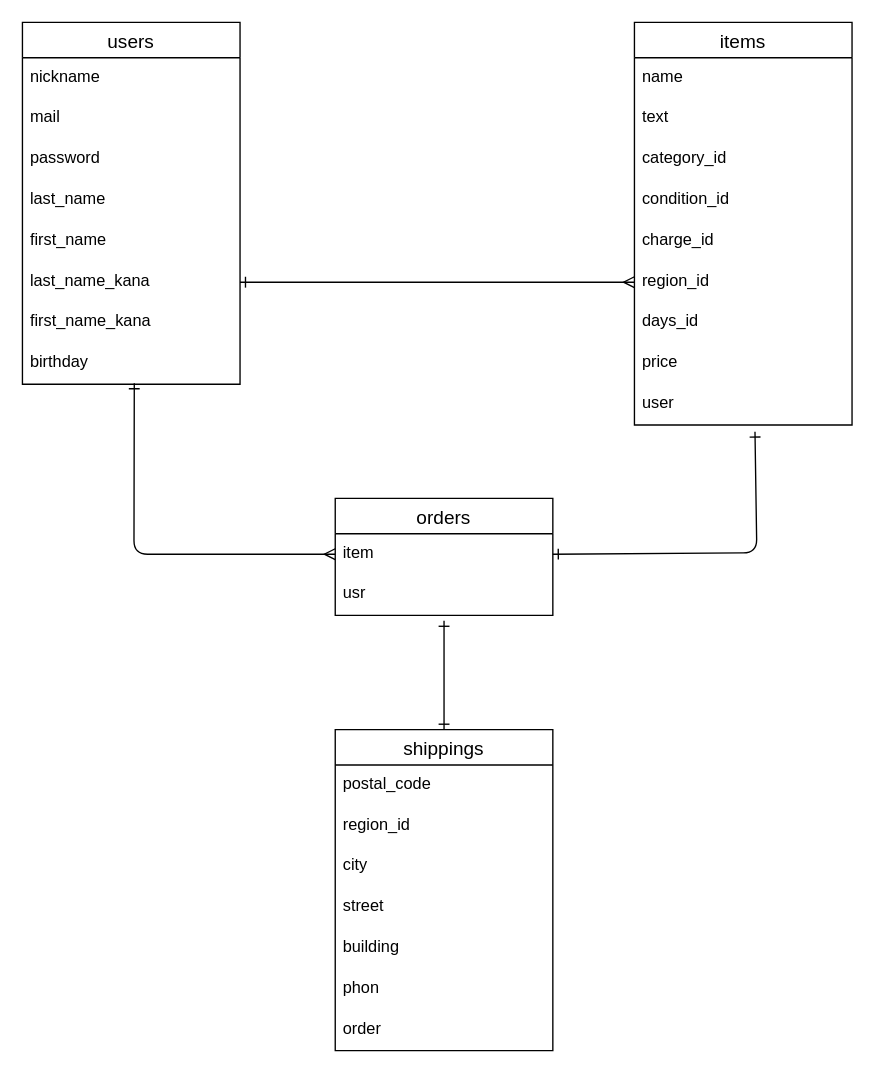
This is er.dio from TM0710/furima-39673, a draw.io file, before an edit. Source tidied: cells renumbered, new cells numbered last; positions are measured from the earlier drawing's top-left corner, leaving out a move shared by most shapes. Both pictures are drawn from the tidied source at 136%, with x=0, y=0 at pixel (22, 22).
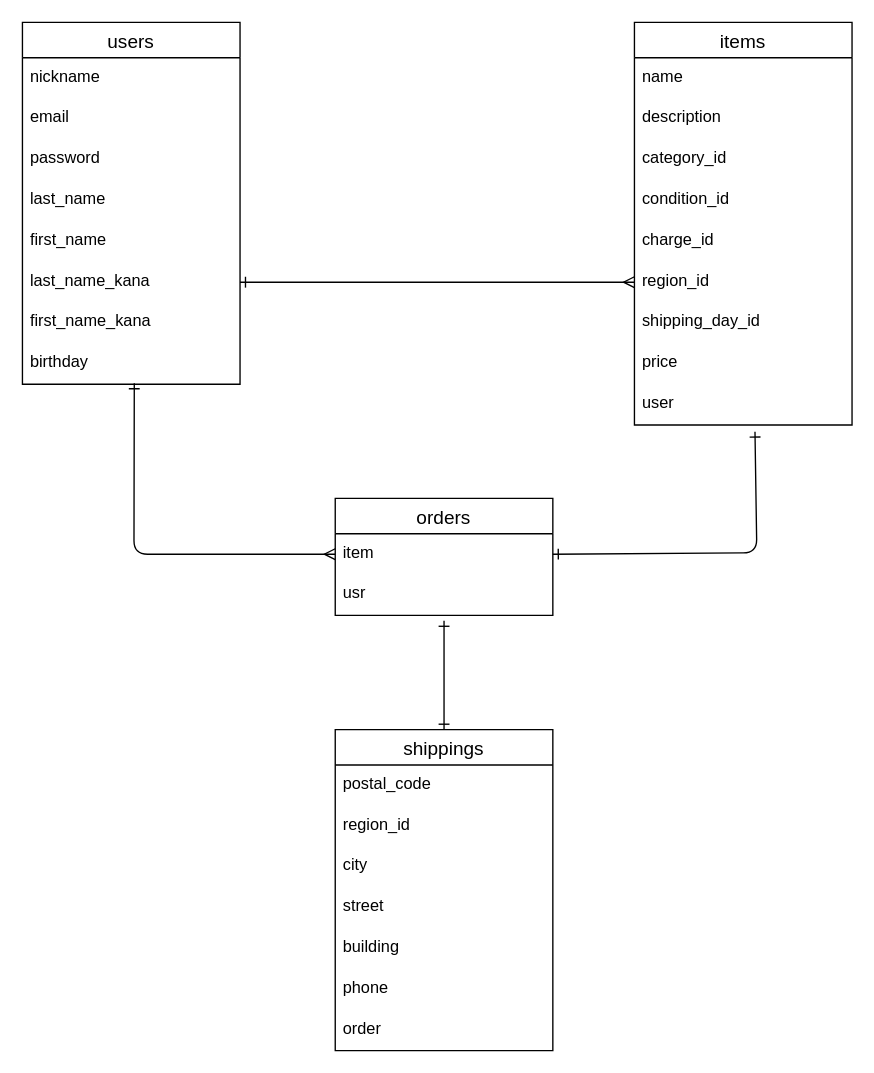
The same diagram, later.

Commit message (it also covers changes not shown here):
データベース設計 修正

Unchanged cells that the change refers to:
```xml
<mxCell id="2" value="users" style="swimlane;fontStyle=0;horizontal=1;startSize=26;align=center;fontSize=14;" parent="1" vertex="1">
  <mxGeometry width="160" height="266" as="geometry" />
</mxCell>
<mxCell id="11" value="items" style="swimlane;fontStyle=0;horizontal=1;startSize=26;align=center;fontSize=14;" parent="1" vertex="1">
  <mxGeometry x="450" width="160" height="296" as="geometry" />
</mxCell>
<mxCell id="28" value="shippings" style="swimlane;fontStyle=0;horizontal=1;startSize=26;align=center;fontSize=14;" parent="1" vertex="1">
  <mxGeometry x="230" y="520" width="160" height="236" as="geometry" />
</mxCell>
```

What changed in the source:
```diff
@@
-    <mxCell id="4" value="mail" style="text;strokeColor=none;fillColor=none;spacingLeft=4;spacingRight=4;overflow=hidden;fontSize=12;" parent="2" vertex="1">
+    <mxCell id="4" value="email" style="text;strokeColor=none;fillColor=none;spacingLeft=4;spacingRight=4;overflow=hidden;fontSize=12;" parent="2" vertex="1">
       <mxGeometry y="56" width="160" height="30" as="geometry" />
     </mxCell>
@@
-    <mxCell id="13" value="text" style="text;strokeColor=none;fillColor=none;spacingLeft=4;spacingRight=4;overflow=hidden;fontSize=12;" parent="11" vertex="1">
+    <mxCell id="13" value="description" style="text;strokeColor=none;fillColor=none;spacingLeft=4;spacingRight=4;overflow=hidden;fontSize=12;" parent="11" vertex="1">
       <mxGeometry y="56" width="160" height="30" as="geometry" />
     </mxCell>
@@
-    <mxCell id="18" value="days_id" style="text;strokeColor=none;fillColor=none;spacingLeft=4;spacingRight=4;overflow=hidden;fontSize=12;" parent="11" vertex="1">
+    <mxCell id="18" value="shipping_day_id" style="text;strokeColor=none;fillColor=none;spacingLeft=4;spacingRight=4;overflow=hidden;fontSize=12;" parent="11" vertex="1">
       <mxGeometry y="206" width="160" height="30" as="geometry" />
     </mxCell>
@@
-    <mxCell id="34" value="phon" style="text;strokeColor=none;fillColor=none;spacingLeft=4;spacingRight=4;overflow=hidden;fontSize=12;" parent="28" vertex="1">
+    <mxCell id="34" value="phone" style="text;strokeColor=none;fillColor=none;spacingLeft=4;spacingRight=4;overflow=hidden;fontSize=12;" parent="28" vertex="1">
       <mxGeometry y="176" width="160" height="30" as="geometry" />
     </mxCell>
```
